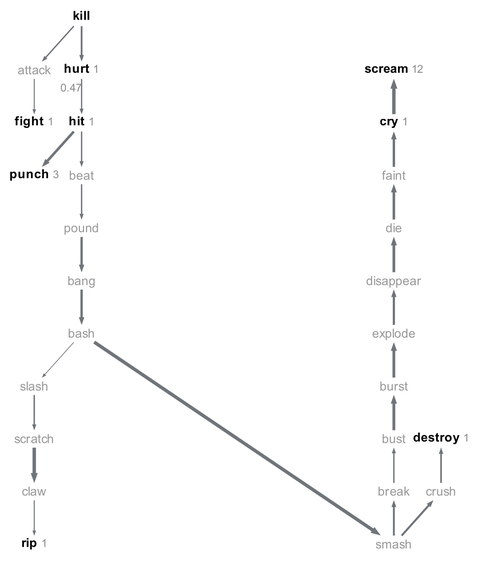
Above: experiments/displacement/chain_of_connections/figures/ci_chain_crossing_n1.png in quadrismegistus/malignment (Graphviz), before the change. Its source is kept beside it as experiments/displacement/chain_of_connections/figures/ci_chain_crossing_n1.dot.
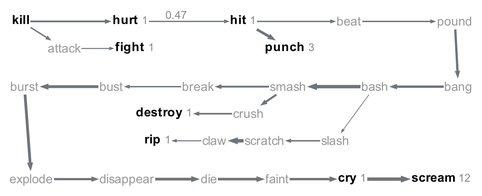
Above is the later version.

Diff of the diagram source:
```diff
@@ -1,33 +1,33 @@
 digraph {
   graph [bgcolor=white margin=0.02];
-  node [shape=plaintext fontname="Arial" fontsize=8.0 height=0.16 width=0.01 margin="0.01,0.005"];
+  node [shape=plaintext fontname="Arial" fontsize=8.0 height=0.14 width=0.01 margin="0.01,0.005"];
   edge [arrowsize=0.2 color="#6f757a"];
-  "kill" [label=<<B>kill</B>> pos="56.0,348.5!"];
-  "hurt" [label=<<B>hurt</B> <FONT POINT-SIZE="7" COLOR="#8a8a8a">1</FONT>> pos="56.0,314.8!"];
-  "hit" [label=<<B>hit</B> <FONT POINT-SIZE="7" COLOR="#8a8a8a">1</FONT>> pos="56.0,281.1!"];
-  "beat" [label="beat" fontcolor="#999999" pos="56.0,247.4!"];
-  "pound" [label="pound" fontcolor="#999999" pos="56.0,213.7!"];
-  "bang" [label="bang" fontcolor="#999999" pos="56.0,180.0!"];
-  "bash" [label="bash" fontcolor="#999999" pos="56.0,146.3!"];
-  "smash" [label="smash" fontcolor="#999999" pos="255.8,11.5!"];
-  "break" [label="break" fontcolor="#999999" pos="255.8,45.2!"];
-  "bust" [label="bust" fontcolor="#999999" pos="255.8,78.9!"];
-  "burst" [label="burst" fontcolor="#999999" pos="255.8,112.6!"];
-  "explode" [label="explode" fontcolor="#999999" pos="255.8,146.3!"];
-  "disappear" [label="disappear" fontcolor="#999999" pos="255.8,180.0!"];
-  "die" [label="die" fontcolor="#999999" pos="255.8,213.7!"];
-  "faint" [label="faint" fontcolor="#999999" pos="255.8,247.4!"];
-  "cry" [label=<<B>cry</B> <FONT POINT-SIZE="7" COLOR="#8a8a8a">1</FONT>> pos="255.8,281.1!"];
-  "scream" [label=<<B>scream</B> <FONT POINT-SIZE="7" COLOR="#8a8a8a">12</FONT>> pos="255.8,314.8!"];
-  "crush" [label="crush" fontcolor="#999999" pos="286.0,45.2!"];
-  "destroy" [label=<<B>destroy</B> <FONT POINT-SIZE="7" COLOR="#8a8a8a">1</FONT>> pos="286.0,78.9!"];
-  "punch" [label=<<B>punch</B> <FONT POINT-SIZE="7" COLOR="#8a8a8a">3</FONT>> pos="25.7,247.4!"];
-  "attack" [label="attack" fontcolor="#999999" pos="25.7,314.8!"];
-  "fight" [label=<<B>fight</B> <FONT POINT-SIZE="7" COLOR="#8a8a8a">1</FONT>> pos="25.7,281.1!"];
-  "slash" [label="slash" fontcolor="#999999" pos="25.7,112.6!"];
-  "scratch" [label="scratch" fontcolor="#999999" pos="25.7,78.9!"];
-  "claw" [label="claw" fontcolor="#999999" pos="25.7,45.2!"];
-  "rip" [label=<<B>rip</B> <FONT POINT-SIZE="7" COLOR="#8a8a8a">1</FONT>> pos="25.7,11.5!"];
+  "kill" [label=<<B>kill</B>> pos="16.0,133.9!"];
+  "hurt" [label=<<B>hurt</B> <FONT POINT-SIZE="7" COLOR="#8a8a8a">1</FONT>> pos="85.9,133.9!"];
+  "hit" [label=<<B>hit</B> <FONT POINT-SIZE="7" COLOR="#8a8a8a">1</FONT>> pos="158.1,133.9!"];
+  "beat" [label="beat" fontcolor="#999999" pos="225.8,133.9!"];
+  "pound" [label="pound" fontcolor="#999999" pos="293.6,133.9!"];
+  "burst" [label="burst" fontcolor="#999999" pos="18.2,92.2!"];
+  "bust" [label="bust" fontcolor="#999999" pos="73.7,92.2!"];
+  "break" [label="break" fontcolor="#999999" pos="129.2,92.2!"];
+  "smash" [label="smash" fontcolor="#999999" pos="186.9,92.2!"];
+  "bash" [label="bash" fontcolor="#999999" pos="242.4,92.2!"];
+  "bang" [label="bang" fontcolor="#999999" pos="295.8,92.2!"];
+  "explode" [label="explode" fontcolor="#999999" pos="22.6,33.1!"];
+  "disappear" [label="disappear" fontcolor="#999999" pos="83.8,33.1!"];
+  "die" [label="die" fontcolor="#999999" pos="136.3,33.1!"];
+  "faint" [label="faint" fontcolor="#999999" pos="179.9,33.1!"];
+  "cry" [label=<<B>cry</B> <FONT POINT-SIZE="7" COLOR="#8a8a8a">1</FONT>> pos="227.9,33.1!"];
+  "scream" [label=<<B>scream</B> <FONT POINT-SIZE="7" COLOR="#8a8a8a">12</FONT>> pos="284.8,33.1!"];
+  "crush" [label="crush" fontcolor="#999999" pos="161.5,74.9!"];
+  "destroy" [label=<<B>destroy</B> <FONT POINT-SIZE="7" COLOR="#8a8a8a">1</FONT>> pos="107.5,74.9!"];
+  "punch" [label=<<B>punch</B> <FONT POINT-SIZE="7" COLOR="#8a8a8a">3</FONT>> pos="187.9,116.6!"];
+  "attack" [label="attack" fontcolor="#999999" pos="43.6,116.6!"];
+  "fight" [label=<<B>fight</B> <FONT POINT-SIZE="7" COLOR="#8a8a8a">1</FONT>> pos="88.8,116.6!"];
+  "slash" [label="slash" fontcolor="#999999" pos="217.0,57.6!"];
+  "scratch" [label="scratch" fontcolor="#999999" pos="171.8,57.6!"];
+  "claw" [label="claw" fontcolor="#999999" pos="139.8,57.6!"];
+  "rip" [label=<<B>rip</B> <FONT POINT-SIZE="7" COLOR="#8a8a8a">1</FONT>> pos="103.4,57.6!"];
   "attack" -> "fight" [penwidth=0.62];
   "bang" -> "bash" [penwidth=1.50];
   "bash" -> "slash" [penwidth=0.45];
```
